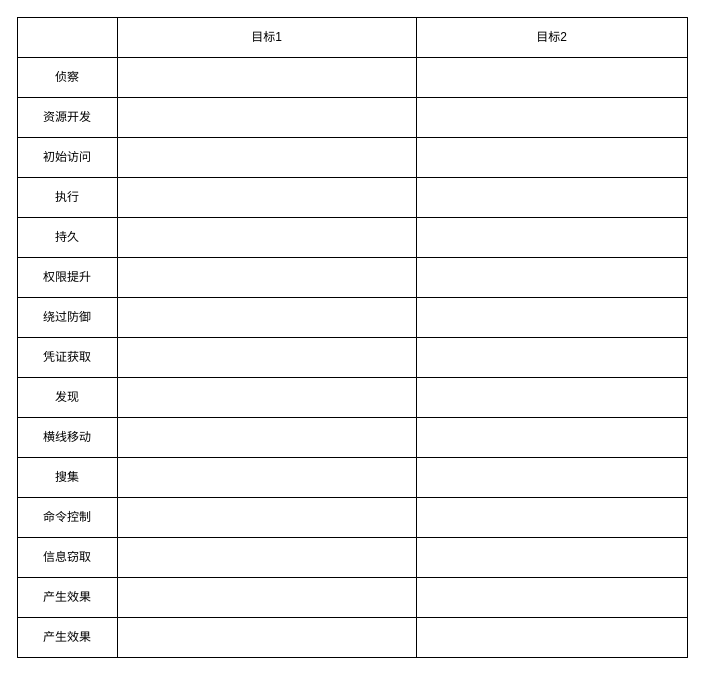
Earlier version of the draw.io diagram 测试图.drawio (Niujieheng/GitHub_Jul). Source tidied: cells renumbered, new cells numbered last; positions are measured from the earlier drawing's top-left corner, leaving out a move shared by most shapes. Both pictures are drawn from the tidied source at 100%, with x=0, y=0 at pixel (17, 17).
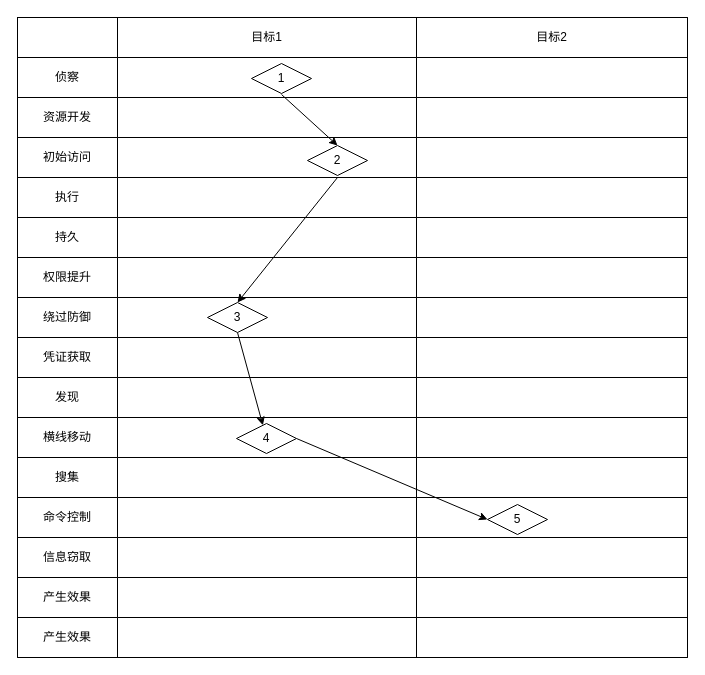
After the change.

Commit message (it also covers changes not shown here):
更新测试图.drawio

Change to the diagram source:
```diff
@@
+    <mxCell id="68" value="1" style="rhombus;whiteSpace=wrap;html=1;" parent="1" vertex="1">
+      <mxGeometry x="234" y="46" width="60" height="30" as="geometry" />
+    </mxCell>
+    <mxCell id="69" style="edgeStyle=none;rounded=0;jettySize=auto;html=1;exitX=0.394;exitY=-0.075;exitDx=0;exitDy=0;entryX=0.5;entryY=0;entryDx=0;entryDy=0;exitPerimeter=0;" parent="1" edge="1" target="71">
+      <mxGeometry relative="1" as="geometry">
+        <mxPoint x="264" y="77" as="sourcePoint" />
+      </mxGeometry>
+    </mxCell>
+    <mxCell id="70" style="rounded=0;jettySize=auto;html=1;entryX=0.5;entryY=0;entryDx=0;entryDy=0;" parent="1" edge="1" target="73">
+      <mxGeometry relative="1" as="geometry">
+        <mxPoint x="320" y="160" as="sourcePoint" />
+      </mxGeometry>
+    </mxCell>
+    <mxCell id="71" value="2" style="rhombus;whiteSpace=wrap;html=1;" parent="1" vertex="1">
+      <mxGeometry x="290" y="128" width="60" height="30" as="geometry" />
+    </mxCell>
+    <mxCell id="72" style="rounded=0;jettySize=auto;html=1;exitX=0.5;exitY=1;exitDx=0;exitDy=0;" parent="1" edge="1" source="73" target="75">
+      <mxGeometry relative="1" as="geometry" />
+    </mxCell>
+    <mxCell id="73" value="3" style="rhombus;whiteSpace=wrap;html=1;" parent="1" vertex="1">
+      <mxGeometry x="190" y="285" width="60" height="30" as="geometry" />
+    </mxCell>
+    <mxCell id="74" style="rounded=0;jettySize=auto;html=1;exitX=1;exitY=0.5;exitDx=0;exitDy=0;entryX=0;entryY=0.5;entryDx=0;entryDy=0;" parent="1" edge="1" source="75" target="76">
+      <mxGeometry relative="1" as="geometry" />
+    </mxCell>
+    <mxCell id="75" value="4" style="rhombus;whiteSpace=wrap;html=1;" parent="1" vertex="1">
+      <mxGeometry x="219" y="406" width="60" height="30" as="geometry" />
+    </mxCell>
+    <mxCell id="76" value="5" style="rhombus;whiteSpace=wrap;html=1;" parent="1" vertex="1">
+      <mxGeometry x="470" y="487" width="60" height="30" as="geometry" />
+    </mxCell>
```
